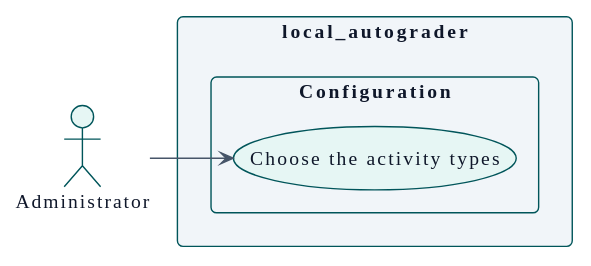
didactika/moodle-local_autograder keeps this PlantUML diagram as docs/es/technical/requirements/use-cases-administrator.svg. Above is the earlier version.
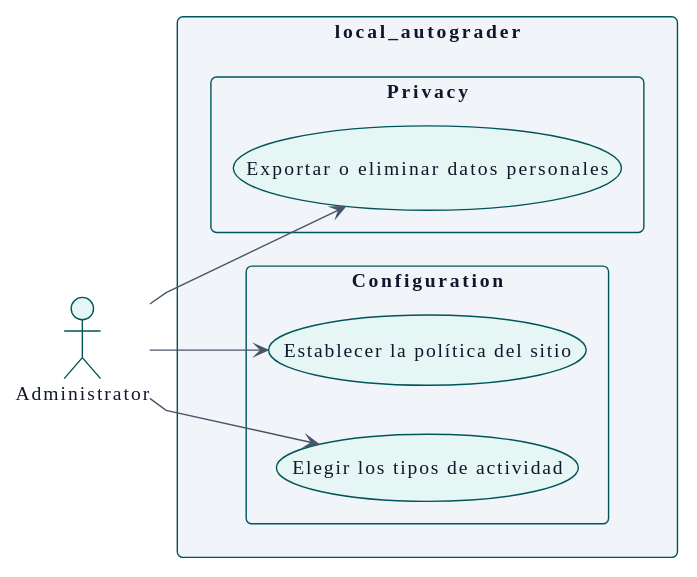
The same file after the commit.

What changed in the source:
```diff
@@ -110,9 +110,15 @@
 
 rectangle "local_autograder" {
   package "Configuration" {
-    usecase "Choose the activity types" as UC_chooseActivityTypes
+    usecase "Elegir los tipos de actividad" as UC_chooseActivityTypes
+    usecase "Establecer la política del sitio" as UC_setSitePolicy
+  }
+  package "Privacy" {
+    usecase "Exportar o eliminar datos personales" as UC_managePersonalData
   }
 }
 
 A_Administrator --> UC_chooseActivityTypes
+A_Administrator --> UC_setSitePolicy
+A_Administrator --> UC_managePersonalData
 @enduml
```
